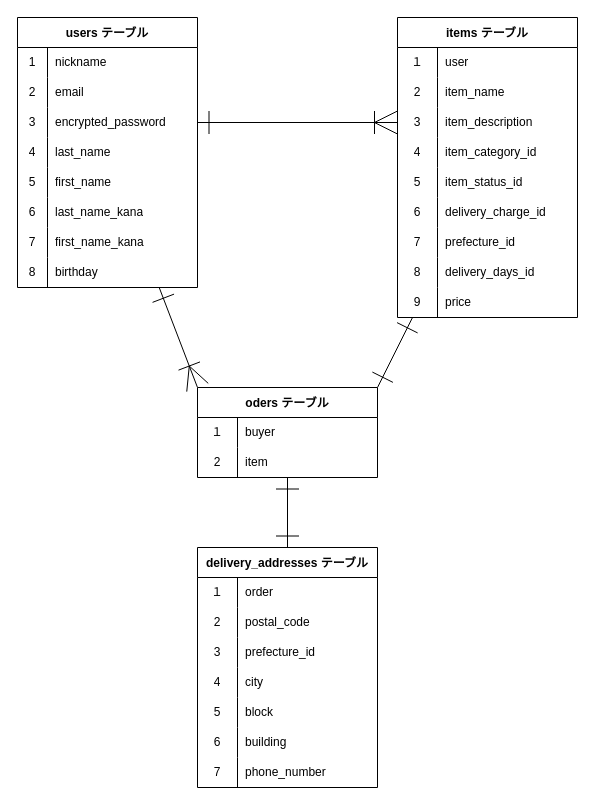
Earlier version of the draw.io diagram ER.dio (fumi23232323/furima-38233). Source tidied: cells renumbered, new cells numbered last; positions are measured from the earlier drawing's top-left corner, leaving out a move shared by most shapes. Both pictures are drawn from the tidied source at 100%, with x=0, y=0 at pixel (17, 17).
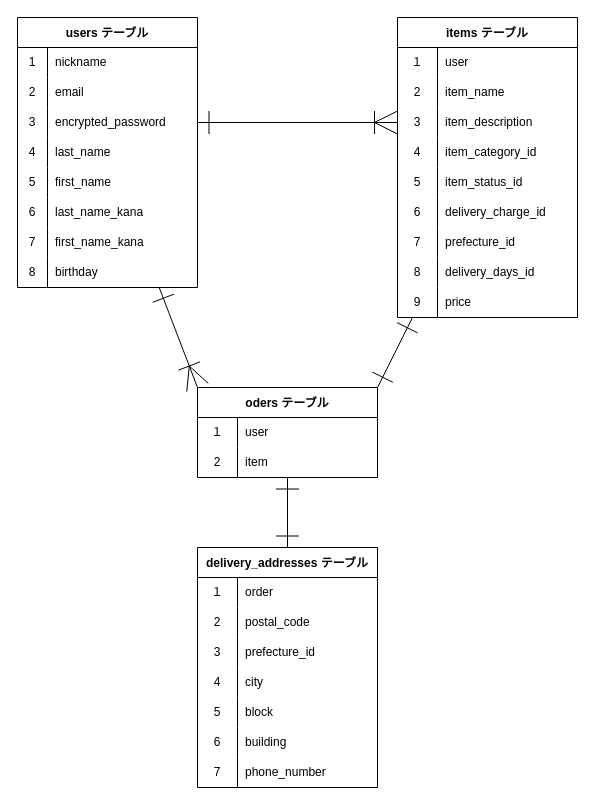
Above is the later version.

Commit message (it also covers changes not shown here):
データベース再修正の修正

The change refers to these unchanged cells:
```xml
<mxCell id="34" style="shape=partialRectangle;html=1;whiteSpace=wrap;fillColor=none;top=0;left=0;bottom=0;right=0;" parent="33" vertex="1">
  <mxGeometry y="30" width="180" height="30" as="geometry" />
</mxCell>
```

Diff of the diagram source:
```diff
@@
-    <mxCell id="36" value="buyer" style="shape=partialRectangle;html=1;whiteSpace=wrap;fillColor=none;top=0;left=0;bottom=0;right=0;align=left;spacingLeft=6;overflow=hidden;" parent="34" vertex="1">
+    <mxCell id="36" value="user" style="shape=partialRectangle;html=1;whiteSpace=wrap;fillColor=none;top=0;left=0;bottom=0;right=0;align=left;spacingLeft=6;overflow=hidden;" parent="34" vertex="1">
       <mxGeometry x="40" width="140" height="30" as="geometry" />
     </mxCell>
```
